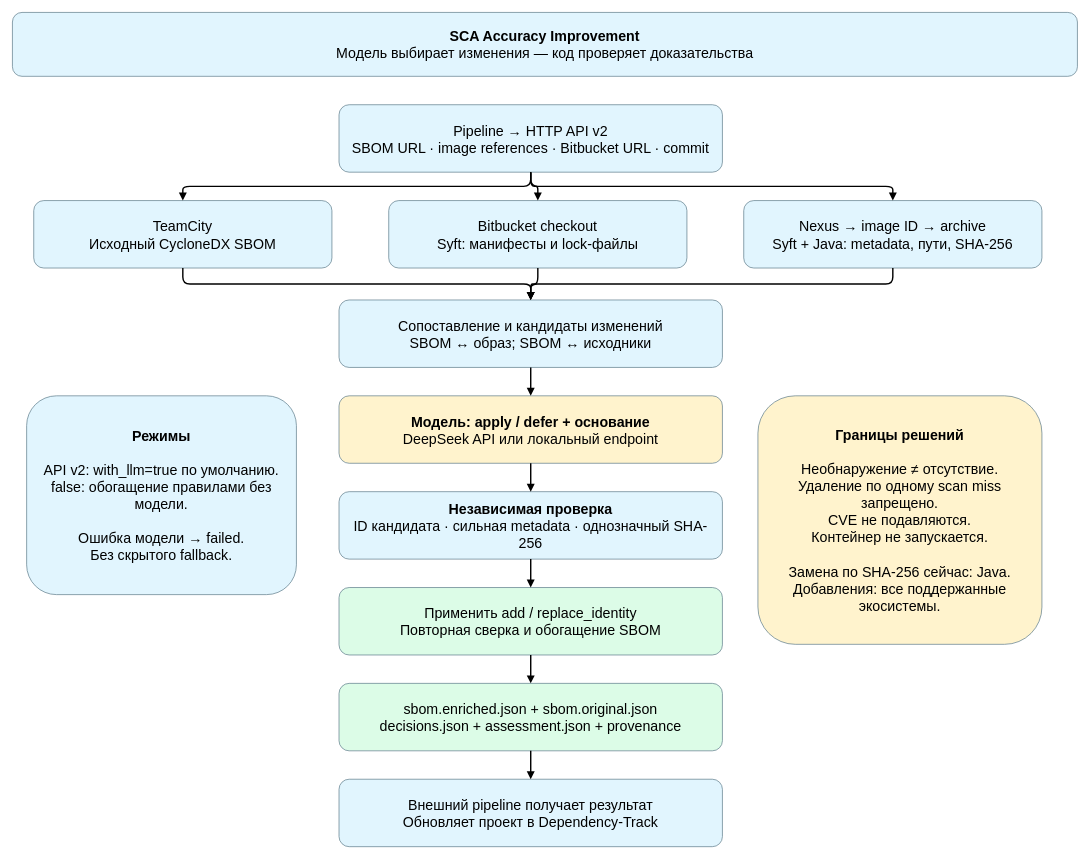
Earlier version of the draw.io diagram docs/diagrams/system-workflow.drawio (prince174/sca_accuracy_improvement). Source tidied: cells renumbered, new cells numbered last; positions are measured from the earlier drawing's top-left corner, leaving out a move shared by most shapes. Both pictures are drawn from the tidied source at 71%, with x=0, y=0 at pixel (12, 12).
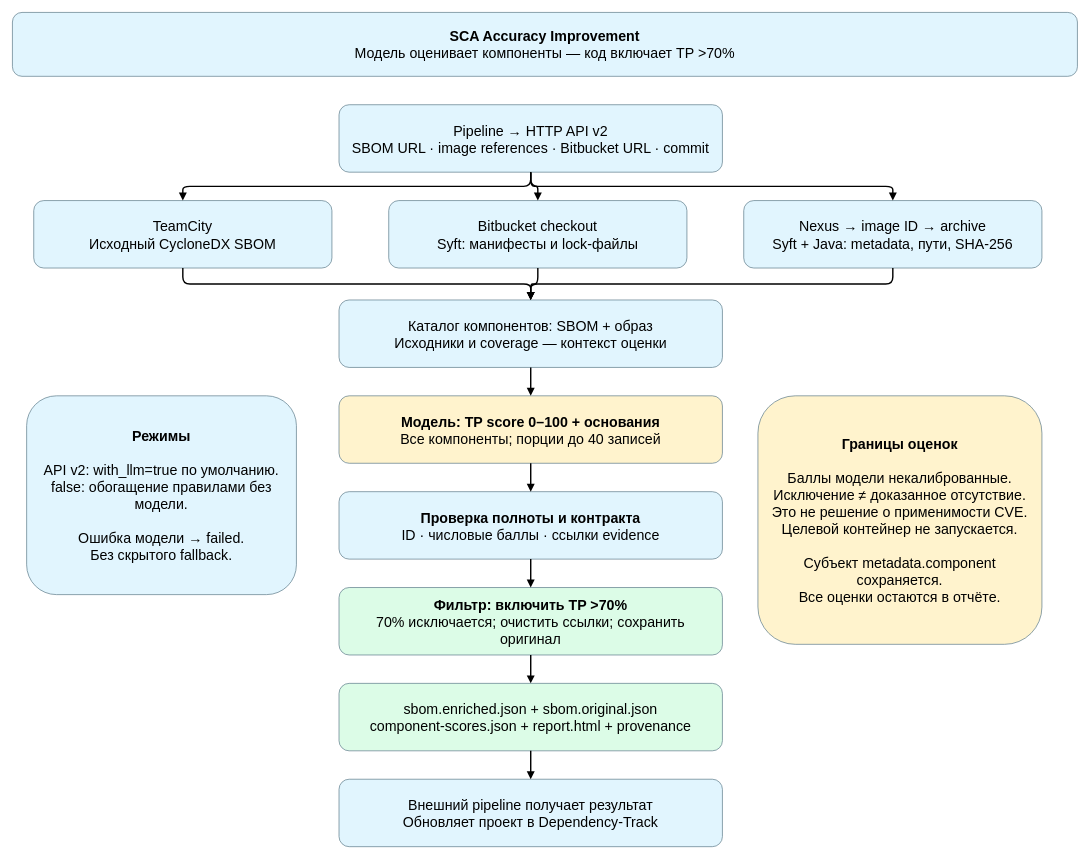
The same diagram, later.

Commit message (it also covers changes not shown here):
fix: preserve honest completeness and document score filtering

What changed in the source:
```diff
@@
-    <mxCell id="2" value="&lt;b&gt;SCA Accuracy Improvement&lt;/b&gt;&lt;br&gt;Модель выбирает изменения — код проверяет доказательства" style="rounded=1;whiteSpace=wrap;html=1;fillColor=#E1F5FE;strokeColor=#607D8B;fontSize=20;fontFamily=Arial;spacing=12;" parent="1" vertex="1">
+    <mxCell id="2" value="&lt;b&gt;SCA Accuracy Improvement&lt;/b&gt;&lt;br&gt;Модель оценивает компоненты — код включает TP &amp;gt;70%" style="rounded=1;whiteSpace=wrap;html=1;fillColor=#E1F5FE;strokeColor=#607D8B;fontSize=20;fontFamily=Arial;spacing=12;" parent="1" vertex="1">
       <mxGeometry width="1500" height="90" as="geometry" />
     </mxCell>
@@
-    <mxCell id="7" value="Сопоставление и кандидаты изменений&lt;br&gt;SBOM ↔ образ; SBOM ↔ исходники" style="rounded=1;whiteSpace=wrap;html=1;fillColor=#E1F5FE;strokeColor=#607D8B;fontSize=20;fontFamily=Arial;spacing=12;" parent="1" vertex="1">
+    <mxCell id="7" value="Каталог компонентов: SBOM + образ&lt;br&gt;Исходники и coverage — контекст оценки" style="rounded=1;whiteSpace=wrap;html=1;fillColor=#E1F5FE;strokeColor=#607D8B;fontSize=20;fontFamily=Arial;spacing=12;" parent="1" vertex="1">
       <mxGeometry x="460" y="405" width="540" height="95" as="geometry" />
     </mxCell>
-    <mxCell id="8" value="&lt;b&gt;Модель: apply / defer + основание&lt;/b&gt;&lt;br&gt;DeepSeek API или локальный endpoint" style="rounded=1;whiteSpace=wrap;html=1;fillColor=#FFF3CD;strokeColor=#607D8B;fontSize=20;fontFamily=Arial;spacing=12;" parent="1" vertex="1">
+    <mxCell id="8" value="&lt;b&gt;Модель: TP score 0–100 + основания&lt;/b&gt;&lt;br&gt;Все компоненты; порции до 40 записей" style="rounded=1;whiteSpace=wrap;html=1;fillColor=#FFF3CD;strokeColor=#607D8B;fontSize=20;fontFamily=Arial;spacing=12;" parent="1" vertex="1">
       <mxGeometry x="460" y="540" width="540" height="95" as="geometry" />
     </mxCell>
-    <mxCell id="9" value="&lt;b&gt;Независимая проверка&lt;/b&gt;&lt;br&gt;ID кандидата · сильная metadata · однозначный SHA-256" style="rounded=1;whiteSpace=wrap;html=1;fillColor=#E1F5FE;strokeColor=#607D8B;fontSize=20;fontFamily=Arial;spacing=12;" parent="1" vertex="1">
+    <mxCell id="9" value="&lt;b&gt;Проверка полноты и контракта&lt;/b&gt;&lt;br&gt;ID · числовые баллы · ссылки evidence" style="rounded=1;whiteSpace=wrap;html=1;fillColor=#E1F5FE;strokeColor=#607D8B;fontSize=20;fontFamily=Arial;spacing=12;" parent="1" vertex="1">
       <mxGeometry x="460" y="675" width="540" height="95" as="geometry" />
     </mxCell>
-    <mxCell id="10" value="Применить add / replace_identity&lt;br&gt;Повторная сверка и обогащение SBOM" style="rounded=1;whiteSpace=wrap;html=1;fillColor=#DCFCE7;strokeColor=#607D8B;fontSize=20;fontFamily=Arial;spacing=12;" parent="1" vertex="1">
+    <mxCell id="10" value="&lt;b&gt;Фильтр: включить TP &amp;gt;70%&lt;/b&gt;&lt;br&gt;70% исключается; очистить ссылки; сохранить оригинал" style="rounded=1;whiteSpace=wrap;html=1;fillColor=#DCFCE7;strokeColor=#607D8B;fontSize=20;fontFamily=Arial;spacing=12;" parent="1" vertex="1">
       <mxGeometry x="460" y="810" width="540" height="95" as="geometry" />
     </mxCell>
-    <mxCell id="11" value="sbom.enriched.json + sbom.original.json&lt;br&gt;decisions.json + assessment.json + provenance" style="rounded=1;whiteSpace=wrap;html=1;fillColor=#DCFCE7;strokeColor=#607D8B;fontSize=20;fontFamily=Arial;spacing=12;" parent="1" vertex="1">
+    <mxCell id="11" value="sbom.enriched.json + sbom.original.json&lt;br&gt;component-scores.json + report.html + provenance" style="rounded=1;whiteSpace=wrap;html=1;fillColor=#DCFCE7;strokeColor=#607D8B;fontSize=20;fontFamily=Arial;spacing=12;" parent="1" vertex="1">
       <mxGeometry x="460" y="945" width="540" height="95" as="geometry" />
     </mxCell>
@@
-    <mxCell id="13" value="&lt;b&gt;Границы решений&lt;/b&gt;&lt;br&gt;&lt;br&gt;Необнаружение ≠ отсутствие.&lt;br&gt;Удаление по одному scan miss запрещено.&lt;br&gt;CVE не подавляются.&lt;br&gt;Контейнер не запускается.&lt;br&gt;&lt;br&gt;Замена по SHA-256 сейчас: Java.&lt;br&gt;Добавления: все поддержанные экосистемы." style="rounded=1;whiteSpace=wrap;html=1;fillColor=#FFF3CD;strokeColor=#607D8B;fontSize=20;fontFamily=Arial;spacing=12;" parent="1" vertex="1">
+    <mxCell id="13" value="&lt;b&gt;Границы оценок&lt;/b&gt;&lt;br&gt;&lt;br&gt;Баллы модели некалиброванные.&lt;br&gt;Исключение ≠ доказанное отсутствие.&lt;br&gt;Это не решение о применимости CVE.&lt;br&gt;Целевой контейнер не запускается.&lt;br&gt;&lt;br&gt;Субъект metadata.component сохраняется.&lt;br&gt;Все оценки остаются в отчёте." style="rounded=1;whiteSpace=wrap;html=1;fillColor=#FFF3CD;strokeColor=#607D8B;fontSize=20;fontFamily=Arial;spacing=12;" parent="1" vertex="1">
       <mxGeometry x="1050" y="540" width="400" height="350" as="geometry" />
     </mxCell>
```
